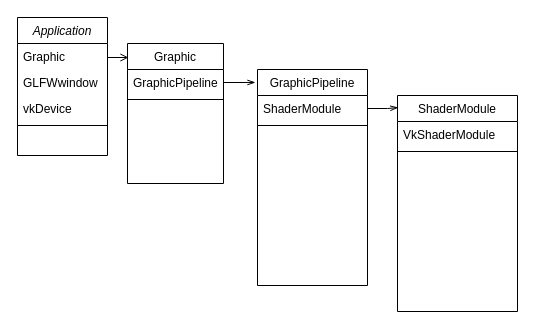
Before: 2021Fall/diagram.drawio in minsuk0519/Fall2021PersonalProject, a draw.io diagram. Source tidied: cells renumbered, new cells numbered last; positions are measured from the earlier drawing's top-left corner, leaving out a move shared by most shapes. Both pictures are drawn from the tidied source at 100%, with x=0, y=0 at pixel (17, 17).
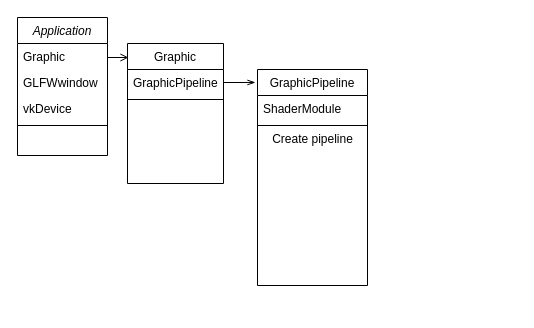
Above is the later version.

Commit message (it also covers changes not shown here):
21.10.13 10:09 commit - Decided to ShaderModule class - Add brief class diagram for better development environment - compile and built the vulkan shadermoudle

Change to the diagram source:
```diff
@@
 <mxGraphModel>
   <root>
     <mxCell id="0" />
     <mxCell id="1" parent="0" />
     <mxCell id="2" value="Application&#10;" style="swimlane;fontStyle=2;align=center;verticalAlign=top;horizontal=1;startSize=26;rounded=0;shadow=0;strokeWidth=1;" parent="1" vertex="1">
       <mxGeometry width="90" height="138" as="geometry" />
     </mxCell>
     <mxCell id="3" value="Graphic" style="text;align=left;verticalAlign=top;spacingLeft=4;spacingRight=4;overflow=hidden;points=[[0,0.5],[1,0.5]];portConstraint=eastwest;" parent="2" vertex="1">
       <mxGeometry y="26" width="90" height="26" as="geometry" />
     </mxCell>
     <mxCell id="4" value="GLFWwindow" style="text;align=left;verticalAlign=top;spacingLeft=4;spacingRight=4;overflow=hidden;" parent="2" vertex="1">
       <mxGeometry y="52" width="90" height="26" as="geometry" />
     </mxCell>
     <mxCell id="5" value="vkDevice" style="text;align=left;verticalAlign=top;spacingLeft=4;spacingRight=4;overflow=hidden;" parent="2" vertex="1">
       <mxGeometry y="78" width="90" height="26" as="geometry" />
     </mxCell>
     <mxCell id="6" style="line;html=1;strokeWidth=1;align=left;verticalAlign=middle;spacingTop=-1;spacingLeft=3;spacingRight=3;labelPosition=right;" parent="2" vertex="1">
       <mxGeometry y="104" width="90" height="8" as="geometry" />
     </mxCell>
     <mxCell id="7" value="Graphic" style="swimlane;fontStyle=0;align=center;verticalAlign=top;horizontal=1;startSize=26;rounded=0;shadow=0;strokeWidth=1;" parent="1" vertex="1">
       <mxGeometry x="110" y="26" width="96" height="140" as="geometry" />
     </mxCell>
     <mxCell id="8" value="GraphicPipeline" style="text;align=left;verticalAlign=top;spacingLeft=4;spacingRight=4;overflow=hidden;points=[[0,0.5],[1,0.5]];portConstraint=eastwest;" parent="7" vertex="1">
       <mxGeometry y="26" width="96" height="26" as="geometry" />
     </mxCell>
     <mxCell id="9" style="line;html=1;strokeWidth=1;align=left;verticalAlign=middle;spacingTop=-1;spacingLeft=3;spacingRight=3;labelPosition=right;" parent="7" vertex="1">
       <mxGeometry y="52" width="96" height="8" as="geometry" />
     </mxCell>
     <mxCell id="10" style="endArrow=open;shadow=0;strokeWidth=1;rounded=0;endFill=1;edgeStyle=elbowEdgeStyle;elbow=vertical;entryX=0.01;entryY=0.1;entryDx=0;entryDy=0;entryPerimeter=0;" parent="1" edge="1" source="3" target="7">
       <mxGeometry x="0.5" y="41" relative="1" as="geometry">
         <mxPoint x="-40" y="32" as="offset" />
       </mxGeometry>
     </mxCell>
     <mxCell id="11" style="edgeStyle=orthogonalEdgeStyle;rounded=0;jettySize=auto;html=1;endArrow=openThin;endFill=0;entryX=-0.019;entryY=0.06;entryDx=0;entryDy=0;entryPerimeter=0;" parent="1" edge="1" source="8" target="12">
       <mxGeometry relative="1" as="geometry" />
     </mxCell>
     <mxCell id="12" value="GraphicPipeline" style="swimlane;fontStyle=0;align=center;verticalAlign=top;horizontal=1;startSize=26;rounded=0;shadow=0;strokeWidth=1;" parent="1" vertex="1">
       <mxGeometry x="240" y="52" width="110" height="216" as="geometry" />
     </mxCell>
     <mxCell id="13" value="ShaderModule" style="text;align=left;verticalAlign=top;spacingLeft=4;spacingRight=4;overflow=hidden;points=[[0,0.5],[1,0.5]];portConstraint=eastwest;" parent="12" vertex="1">
       <mxGeometry y="26" width="110" height="26" as="geometry" />
     </mxCell>
     <mxCell id="14" style="line;html=1;strokeWidth=1;align=left;verticalAlign=middle;spacingTop=-1;spacingLeft=3;spacingRight=3;labelPosition=right;" parent="12" vertex="1">
       <mxGeometry y="52" width="110" height="8" as="geometry" />
     </mxCell>
-    <mxCell id="15" style="edgeStyle=orthogonalEdgeStyle;rounded=0;jettySize=auto;html=1;endArrow=openThin;endFill=0;entryX=0.006;entryY=0.056;entryDx=0;entryDy=0;entryPerimeter=0;" parent="1" edge="1" source="13" target="16">
-      <mxGeometry relative="1" as="geometry" />
-    </mxCell>
-    <mxCell id="16" value="ShaderModule" style="swimlane;fontStyle=0;align=center;verticalAlign=top;horizontal=1;startSize=26;rounded=0;shadow=0;strokeWidth=1;" parent="1" vertex="1">
-      <mxGeometry x="380" y="78" width="120" height="216" as="geometry" />
-    </mxCell>
-    <mxCell id="17" value="VkShaderModule" style="text;align=left;verticalAlign=top;spacingLeft=4;spacingRight=4;overflow=hidden;" parent="16" vertex="1">
-      <mxGeometry y="26" width="120" height="26" as="geometry" />
-    </mxCell>
-    <mxCell id="18" style="line;html=1;strokeWidth=1;align=left;verticalAlign=middle;spacingTop=-1;spacingLeft=3;spacingRight=3;labelPosition=right;" parent="16" vertex="1">
-      <mxGeometry y="52" width="120" height="8" as="geometry" />
-    </mxCell>
+    <mxCell id="19" value="Create pipeline" style="text;html=1;align=center;verticalAlign=middle;strokeColor=none;fillColor=none;" parent="12" vertex="1">
+      <mxGeometry y="60" width="110" height="20" as="geometry" />
+    </mxCell>
   </root>
 </mxGraphModel>
```
